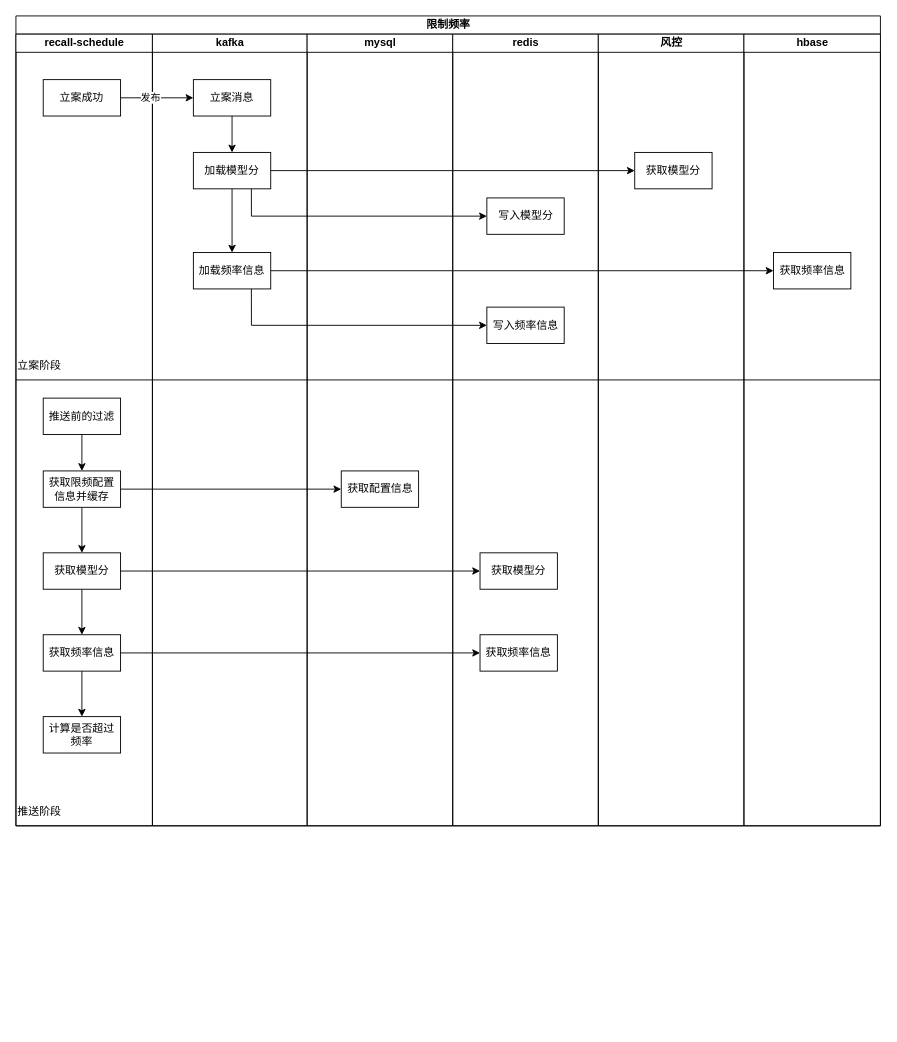
Earlier version of the draw.io diagram page "处理流程" (3 of 3) of 限制频率优化.drawio (ABIN-DS/flowchart). Source tidied: cells renumbered, new cells numbered last; positions are measured from the earlier drawing's top-left corner, leaving out a move shared by most shapes. Both pictures are drawn from the tidied source at 91%, with x=0, y=0 at pixel (15, 15).
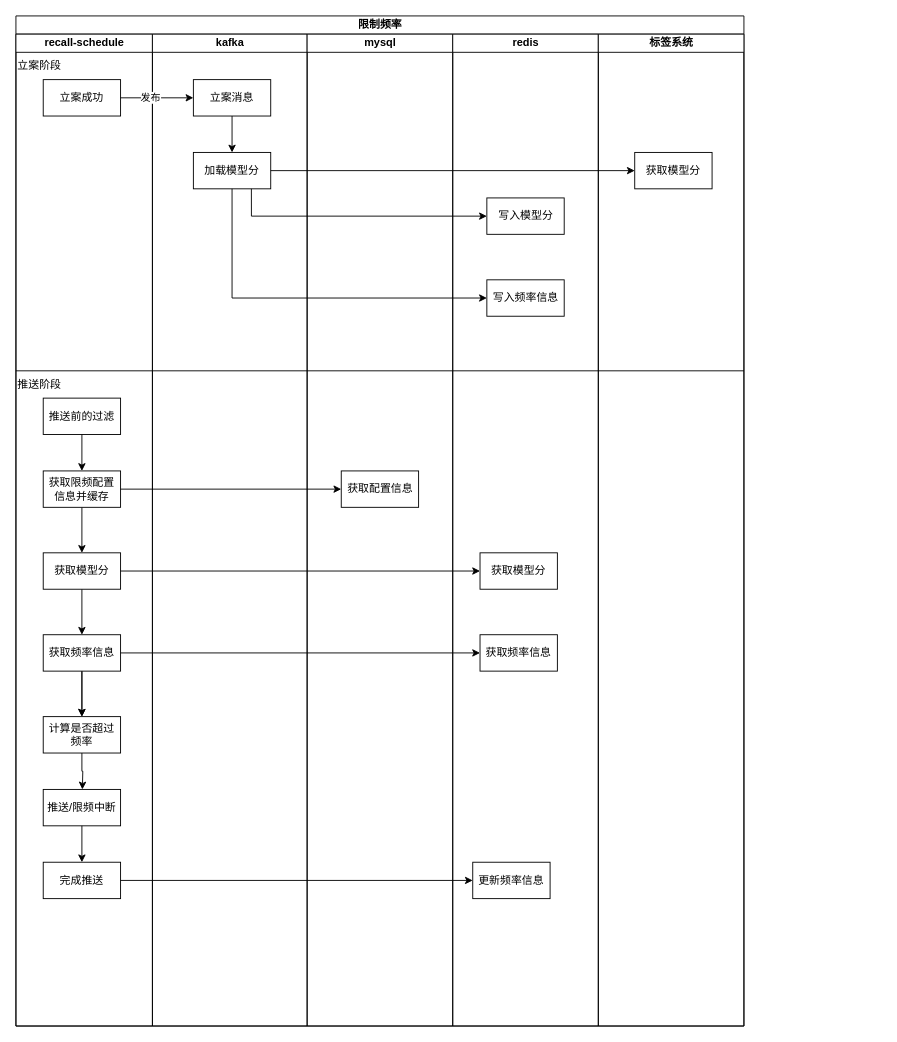
The same page after the edit.

Unchanged cells that the change refers to:
```xml
<mxCell id="12" value="获取频率信息" style="rounded=0;whiteSpace=wrap;html=1;" parent="3" vertex="1">
  <mxGeometry x="30" y="660" width="85" height="40" as="geometry" />
</mxCell>
<mxCell id="13" value="计算是否超过频率" style="rounded=0;whiteSpace=wrap;html=1;" parent="3" vertex="1">
  <mxGeometry x="30" y="750" width="85" height="40" as="geometry" />
</mxCell>
<mxCell id="19" value="加载模型分" style="rounded=0;whiteSpace=wrap;html=1;" parent="16" vertex="1">
  <mxGeometry x="45" y="130" width="85" height="40" as="geometry" />
</mxCell>
```

Change to the diagram source:
```diff
@@
     <mxCell id="2" value="限制频率" style="swimlane;startSize=20;html=1;" parent="1" vertex="1">
-      <mxGeometry width="950" height="890" as="geometry" />
+      <mxGeometry width="800" height="1110" as="geometry" />
     </mxCell>
     <mxCell id="3" value="recall-schedule" style="swimlane;startSize=20;html=1;" parent="2" vertex="1">
-      <mxGeometry y="20" width="150" height="870" as="geometry" />
+      <mxGeometry y="20" width="150" height="1090" as="geometry" />
     </mxCell>
@@
+    <mxCell id="43" style="edgeStyle=orthogonalEdgeStyle;rounded=0;jettySize=auto;html=1;" parent="3" edge="1" source="12" target="13">
+      <mxGeometry relative="1" as="geometry" />
+    </mxCell>
@@
+    <mxCell id="44" style="edgeStyle=orthogonalEdgeStyle;rounded=0;jettySize=auto;html=1;exitX=0.5;exitY=1;exitDx=0;exitDy=0;" parent="3" edge="1" source="13">
+      <mxGeometry relative="1" as="geometry">
+        <mxPoint x="73" y="830" as="targetPoint" />
+      </mxGeometry>
+    </mxCell>
@@
     <mxCell id="14" value="立案阶段" style="text;html=1;align=left;verticalAlign=middle;strokeColor=none;fillColor=none;" parent="3" vertex="1">
-      <mxGeometry y="350" width="70" height="30" as="geometry" />
+      <mxGeometry y="20" width="70" height="30" as="geometry" />
     </mxCell>
     <mxCell id="15" value="推送阶段" style="text;html=1;align=left;verticalAlign=middle;strokeColor=none;fillColor=none;" parent="3" vertex="1">
-      <mxGeometry y="840" width="70" height="30" as="geometry" />
+      <mxGeometry y="370" width="70" height="30" as="geometry" />
     </mxCell>
+    <mxCell id="39" style="endArrow=none;html=1;rounded=0;" parent="3" edge="1">
+      <mxGeometry relative="1" as="geometry">
+        <mxPoint y="370" as="sourcePoint" />
+        <mxPoint x="800" y="370" as="targetPoint" />
+      </mxGeometry>
+    </mxCell>
+    <mxCell id="45" value="推送/限频中断" style="rounded=0;whiteSpace=wrap;html=1;" parent="3" vertex="1">
+      <mxGeometry x="30" y="830" width="85" height="40" as="geometry" />
+    </mxCell>
+    <mxCell id="46" value="完成推送" style="rounded=0;whiteSpace=wrap;html=1;" parent="3" vertex="1">
+      <mxGeometry x="30" y="910" width="85" height="40" as="geometry" />
+    </mxCell>
+    <mxCell id="47" style="endArrow=classic;html=1;rounded=0;exitX=0.5;exitY=1;exitDx=0;exitDy=0;entryX=0.5;entryY=0;entryDx=0;entryDy=0;" parent="3" edge="1" source="45" target="46">
+      <mxGeometry relative="1" as="geometry" />
+    </mxCell>
     <mxCell id="16" value="kafka" style="swimlane;startSize=20;html=1;" parent="2" vertex="1">
-      <mxGeometry x="150" y="20" width="170" height="870" as="geometry" />
+      <mxGeometry x="150" y="20" width="170" height="1090" as="geometry" />
     </mxCell>
@@
     <mxCell id="20" value="mysql" style="swimlane;startSize=20;html=1;" parent="2" vertex="1">
-      <mxGeometry x="320" y="20" width="160" height="870" as="geometry" />
+      <mxGeometry x="320" y="20" width="160" height="1090" as="geometry" />
     </mxCell>
@@
     <mxCell id="22" value="redis" style="swimlane;startSize=20;html=1;" parent="2" vertex="1">
-      <mxGeometry x="480" y="20" width="160" height="870" as="geometry" />
+      <mxGeometry x="480" y="20" width="160" height="1090" as="geometry" />
     </mxCell>
@@
     <mxCell id="24" value="写入频率信息" style="rounded=0;whiteSpace=wrap;html=1;" parent="22" vertex="1">
-      <mxGeometry x="37.5" y="300" width="85" height="40" as="geometry" />
+      <mxGeometry x="37.5" y="270" width="85" height="40" as="geometry" />
     </mxCell>
@@
+    <mxCell id="48" value="更新频率信息" style="rounded=0;whiteSpace=wrap;html=1;" parent="22" vertex="1">
+      <mxGeometry x="22" y="910" width="85" height="40" as="geometry" />
+    </mxCell>
-    <mxCell id="27" value="风控" style="swimlane;startSize=20;html=1;" parent="2" vertex="1">
-      <mxGeometry x="640" y="20" width="160" height="870" as="geometry" />
+    <mxCell id="27" value="标签系统" style="swimlane;startSize=20;html=1;" parent="2" vertex="1">
+      <mxGeometry x="640" y="20" width="160" height="1090" as="geometry" />
     </mxCell>
@@
-    <mxCell id="29" value="hbase" style="swimlane;startSize=20;html=1;" parent="2" vertex="1">
-      <mxGeometry x="800" y="20" width="150" height="870" as="geometry" />
-    </mxCell>
-    <mxCell id="30" value="加载频率信息" style="rounded=0;whiteSpace=wrap;html=1;" parent="29" vertex="1">
-      <mxGeometry x="-605" y="240" width="85" height="40" as="geometry" />
-    </mxCell>
-    <mxCell id="31" value="获取频率信息" style="rounded=0;whiteSpace=wrap;html=1;" parent="29" vertex="1">
-      <mxGeometry x="32.5" y="240" width="85" height="40" as="geometry" />
-    </mxCell>
-    <mxCell id="32" style="edgeStyle=orthogonalEdgeStyle;rounded=0;jettySize=auto;html=1;" parent="29" edge="1" source="30" target="31">
-      <mxGeometry relative="1" as="geometry" />
-    </mxCell>
@@
-    <mxCell id="37" style="edgeStyle=orthogonalEdgeStyle;rounded=0;jettySize=auto;html=1;" parent="2" edge="1" source="19" target="30">
-      <mxGeometry relative="1" as="geometry" />
-    </mxCell>
-    <mxCell id="38" style="edgeStyle=orthogonalEdgeStyle;rounded=0;jettySize=auto;html=1;exitX=0.75;exitY=1;exitDx=0;exitDy=0;entryX=0;entryY=0.5;entryDx=0;entryDy=0;" parent="2" edge="1" source="30" target="24">
-      <mxGeometry relative="1" as="geometry" />
+    <mxCell id="38" style="edgeStyle=orthogonalEdgeStyle;rounded=0;jettySize=auto;html=1;exitX=0.5;exitY=1;exitDx=0;exitDy=0;entryX=0;entryY=0.5;entryDx=0;entryDy=0;" parent="2" edge="1" source="19" target="24">
+      <mxGeometry relative="1" as="geometry">
+        <Array as="points">
+          <mxPoint x="238" y="310" />
+        </Array>
+      </mxGeometry>
     </mxCell>
-    <mxCell id="39" style="endArrow=none;html=1;rounded=0;" parent="2" edge="1">
-      <mxGeometry relative="1" as="geometry">
-        <mxPoint y="400" as="sourcePoint" />
-        <mxPoint x="950" y="400" as="targetPoint" />
-      </mxGeometry>
-    </mxCell>
@@
+    <mxCell id="49" style="edgeStyle=orthogonalEdgeStyle;rounded=0;jettySize=auto;html=1;exitX=1;exitY=0.5;exitDx=0;exitDy=0;" parent="2" edge="1" source="46" target="48">
+      <mxGeometry relative="1" as="geometry" />
+    </mxCell>
```
